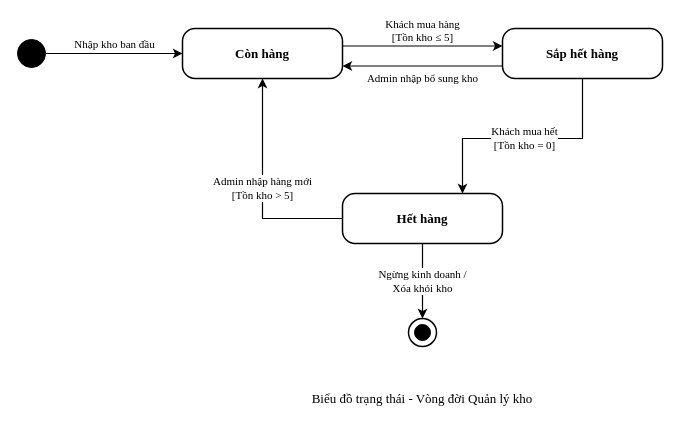
The draw.io diagram BieuDoTrangThai_QuanLyKho.drawio in Phambanam030805/ndn-mobile-ecommerce, before the edit. Source tidied: cells renumbered, new cells numbered last; positions are measured from the earlier drawing's top-left corner, leaving out a move shared by most shapes. Both pictures are drawn from the tidied source at 100%, with x=0, y=0 at pixel (17, 28).
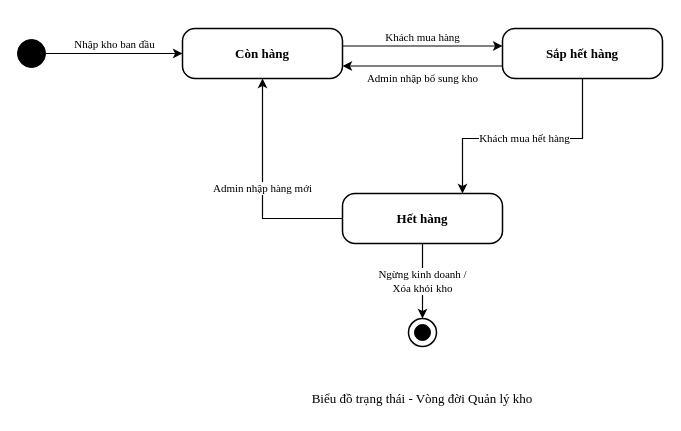
After the change.

Commit message:
refactor(diagram): simplify warehouse transition labels by removing redundant stock conditions

Diff of the diagram source:
```diff
@@
 <mxGraphModel background="#ffffff">
   <root>
     <mxCell id="0" />
     <mxCell id="1" parent="0" />
     <mxCell id="2" style="ellipse;fillColor=#000000;strokeColor=#000000;" parent="1" vertex="1">
       <mxGeometry y="11" width="28" height="28" as="geometry" />
     </mxCell>
     <mxCell id="3" value="Còn hàng" style="rounded=1;arcSize=25;whiteSpace=wrap;html=1;fontFamily=Times New Roman;fontSize=13;fontStyle=1;strokeColor=#000000;strokeWidth=1.5;fillColor=#ffffff;align=center;verticalAlign=middle;" parent="1" vertex="1">
       <mxGeometry x="165" width="160" height="50" as="geometry" />
     </mxCell>
     <mxCell id="4" value="Sắp hết hàng" style="rounded=1;arcSize=25;whiteSpace=wrap;html=1;fontFamily=Times New Roman;fontSize=13;fontStyle=1;strokeColor=#000000;strokeWidth=1.5;fillColor=#ffffff;align=center;verticalAlign=middle;" parent="1" vertex="1">
       <mxGeometry x="485" width="160" height="50" as="geometry" />
     </mxCell>
     <mxCell id="5" value="Hết hàng" style="rounded=1;arcSize=25;whiteSpace=wrap;html=1;fontFamily=Times New Roman;fontSize=13;fontStyle=1;strokeColor=#000000;strokeWidth=1.5;fillColor=#ffffff;align=center;verticalAlign=middle;" parent="1" vertex="1">
       <mxGeometry x="325" y="165" width="160" height="50" as="geometry" />
     </mxCell>
     <mxCell id="6" style="ellipse;fillColor=#ffffff;strokeColor=#000000;strokeWidth=1.5;" parent="1" vertex="1">
       <mxGeometry x="391" y="290" width="28" height="28" as="geometry" />
     </mxCell>
     <mxCell id="7" style="ellipse;fillColor=#000000;strokeColor=#000000;" parent="1" vertex="1">
       <mxGeometry x="397" y="296" width="16" height="16" as="geometry" />
     </mxCell>
     <mxCell id="8" value="Nhập kho ban đầu" style="edgeStyle=orthogonalEdgeStyle;rounded=0;jettySize=auto;html=1;fontFamily=Times New Roman;fontSize=11;strokeColor=#000000;strokeWidth=1.2;align=center;verticalAlign=bottom;labelBackgroundColor=#ffffff;entryX=0;entryY=0.5;entryDx=0;entryDy=0;" parent="1" edge="1" source="2" target="3">
       <mxGeometry relative="1" as="geometry" />
     </mxCell>
-    <mxCell id="9" value="Khách mua hàng&lt;br/&gt;[Tồn kho ≤ 5]" style="edgeStyle=orthogonalEdgeStyle;rounded=0;jettySize=auto;html=1;fontFamily=Times New Roman;fontSize=11;strokeColor=#000000;strokeWidth=1.2;align=center;verticalAlign=bottom;labelBackgroundColor=#ffffff;exitX=1;exitY=0.35;exitDx=0;exitDy=0;entryX=0;entryY=0.35;entryDx=0;entryDy=0;" parent="1" edge="1" source="3" target="4">
+    <mxCell id="9" value="Khách mua hàng" style="edgeStyle=orthogonalEdgeStyle;rounded=0;jettySize=auto;html=1;fontFamily=Times New Roman;fontSize=11;strokeColor=#000000;strokeWidth=1.2;align=center;verticalAlign=bottom;labelBackgroundColor=#ffffff;exitX=1;exitY=0.35;exitDx=0;exitDy=0;entryX=0;entryY=0.35;entryDx=0;entryDy=0;" parent="1" edge="1" source="3" target="4">
       <mxGeometry relative="1" as="geometry" />
     </mxCell>
     <mxCell id="10" value="Admin nhập bổ sung kho" style="edgeStyle=orthogonalEdgeStyle;rounded=0;jettySize=auto;html=1;fontFamily=Times New Roman;fontSize=11;strokeColor=#000000;strokeWidth=1.2;align=center;verticalAlign=top;labelBackgroundColor=#ffffff;exitX=0;exitY=0.75;exitDx=0;exitDy=0;entryX=1;entryY=0.75;entryDx=0;entryDy=0;" parent="1" edge="1" source="4" target="3">
       <mxGeometry relative="1" as="geometry" />
     </mxCell>
-    <mxCell id="11" value="Khách mua hết&lt;br/&gt;[Tồn kho = 0]" style="edgeStyle=orthogonalEdgeStyle;rounded=0;jettySize=auto;html=1;fontFamily=Times New Roman;fontSize=11;strokeColor=#000000;strokeWidth=1.2;align=center;verticalAlign=middle;labelBackgroundColor=#ffffff;exitX=0.5;exitY=1;exitDx=0;exitDy=0;entryX=0.75;entryY=0;entryDx=0;entryDy=0;" parent="1" edge="1" source="4" target="5">
+    <mxCell id="11" value="Khách mua hết hàng" style="edgeStyle=orthogonalEdgeStyle;rounded=0;jettySize=auto;html=1;fontFamily=Times New Roman;fontSize=11;strokeColor=#000000;strokeWidth=1.2;align=center;verticalAlign=middle;labelBackgroundColor=#ffffff;exitX=0.5;exitY=1;exitDx=0;exitDy=0;entryX=0.75;entryY=0;entryDx=0;entryDy=0;" parent="1" edge="1" source="4" target="5">
       <mxGeometry relative="1" as="geometry">
         <Array as="points">
           <mxPoint x="565" y="110" />
           <mxPoint x="445" y="110" />
         </Array>
       </mxGeometry>
     </mxCell>
-    <mxCell id="12" value="Admin nhập hàng mới&lt;br/&gt;[Tồn kho &gt; 5]" style="edgeStyle=orthogonalEdgeStyle;rounded=0;jettySize=auto;html=1;fontFamily=Times New Roman;fontSize=11;strokeColor=#000000;strokeWidth=1.2;align=center;verticalAlign=middle;labelBackgroundColor=#ffffff;exitX=0;exitY=0.5;exitDx=0;exitDy=0;entryX=0.5;entryY=1;entryDx=0;entryDy=0;" parent="1" edge="1" source="5" target="3">
+    <mxCell id="12" value="Admin nhập hàng mới" style="edgeStyle=orthogonalEdgeStyle;rounded=0;jettySize=auto;html=1;fontFamily=Times New Roman;fontSize=11;strokeColor=#000000;strokeWidth=1.2;align=center;verticalAlign=middle;labelBackgroundColor=#ffffff;exitX=0;exitY=0.5;exitDx=0;exitDy=0;entryX=0.5;entryY=1;entryDx=0;entryDy=0;" parent="1" edge="1" source="5" target="3">
       <mxGeometry relative="1" as="geometry">
         <Array as="points">
           <mxPoint x="245" y="190" />
         </Array>
       </mxGeometry>
     </mxCell>
     <mxCell id="13" value="Ngừng kinh doanh /&lt;br/&gt;Xóa khỏi kho" style="edgeStyle=orthogonalEdgeStyle;rounded=0;jettySize=auto;html=1;fontFamily=Times New Roman;fontSize=11;strokeColor=#000000;strokeWidth=1.2;align=center;verticalAlign=middle;labelBackgroundColor=#ffffff;exitX=0.5;exitY=1;exitDx=0;exitDy=0;entryX=0.5;entryY=0;entryDx=0;entryDy=0;" parent="1" edge="1" source="5" target="6">
       <mxGeometry relative="1" as="geometry" />
     </mxCell>
     <mxCell id="14" value="Biểu đồ trạng thái - Vòng đời Quản lý kho" style="text;html=1;align=center;verticalAlign=middle;whiteSpace=wrap;rounded=0;fontFamily=Times New Roman;fontSize=13;fontStyle=0;strokeColor=none;fillColor=none;" parent="1" vertex="1">
       <mxGeometry x="235" y="355" width="340" height="30" as="geometry" />
     </mxCell>
   </root>
 </mxGraphModel>
```
